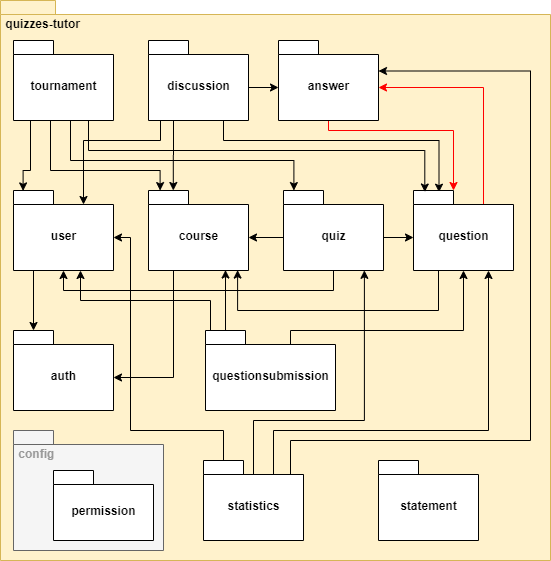
Earlier version of the draw.io export documentation/pictures/Uses View.png (dmmnjaws/ASoft-2020-2021-quizzes-tutor-arquitecture-documentation). Source tidied: cells renumbered, new cells last; positions are measured from the earlier drawing's top-left corner, leaving out a move shared by most shapes.
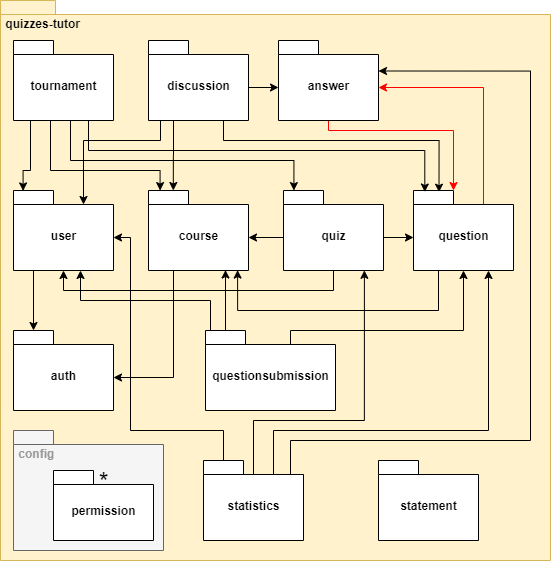
The same diagram one commit later.

The edit, as a diff of the source:
```diff
@@ -200,5 +200,8 @@
     <mxCell id="38" value="permission" style="shape=folder;fontStyle=1;spacingTop=10;tabWidth=40;tabHeight=14;tabPosition=left;html=1;align=center;" parent="1" vertex="1">
       <mxGeometry x="53" y="470" width="100" height="70" as="geometry" />
     </mxCell>
+    <mxCell id="39" value="&lt;font style=&quot;font-size: 25px&quot;&gt;*&lt;/font&gt;" style="text;html=1;align=center;verticalAlign=middle;" parent="1" vertex="1">
+      <mxGeometry x="88" y="470" width="30" height="20" as="geometry" />
+    </mxCell>
   </root>
 </mxGraphModel>
```
